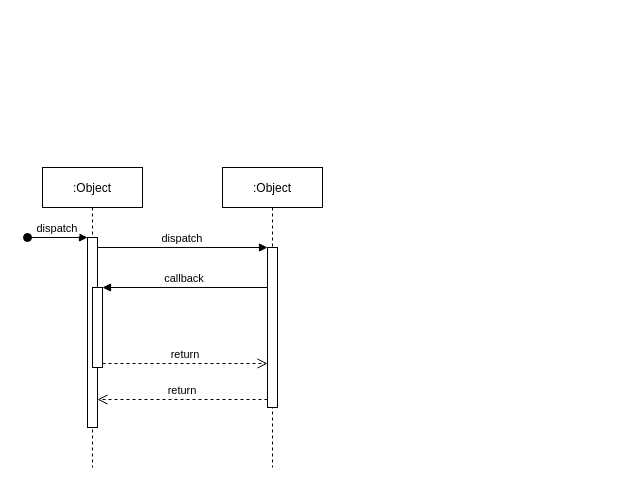
This is SequenceDiagram.drawio from DiggsPapu/Proyect1_Lisp_Interpreter, a draw.io file, before an edit. Source tidied: cells renumbered, new cells numbered last; positions are measured from the earlier drawing's top-left corner, leaving out a move shared by most shapes. Both pictures are drawn from the tidied source at 100%, with x=0, y=0 at pixel (27, 167).
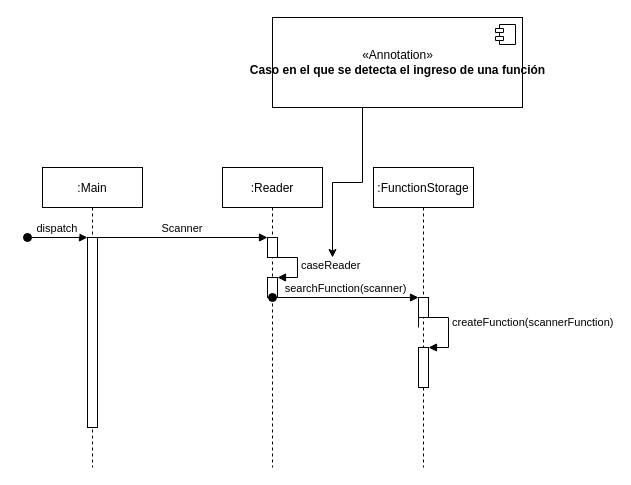
The same page after the edit.

The change refers to these unchanged cells:
```xml
<mxCell id="3" style="points=[];perimeter=orthogonalPerimeter;rounded=0;shadow=0;strokeWidth=1;" parent="2" vertex="1">
  <mxGeometry x="45" y="70" width="10" height="190" as="geometry" />
</mxCell>
```

The edit, as a diff of the source:
```diff
@@
-    <mxCell id="2" value=":Object" style="shape=umlLifeline;perimeter=lifelinePerimeter;rounded=0;shadow=0;strokeWidth=1;" parent="1" vertex="1">
+    <mxCell id="2" value=":Main" style="shape=umlLifeline;perimeter=lifelinePerimeter;rounded=0;shadow=0;strokeWidth=1;" parent="1" vertex="1">
       <mxGeometry x="15" width="100" height="300" as="geometry" />
     </mxCell>
@@
-    <mxCell id="5" style="points=[];perimeter=orthogonalPerimeter;rounded=0;shadow=0;strokeWidth=1;" parent="2" vertex="1">
-      <mxGeometry x="50" y="120" width="10" height="80" as="geometry" />
-    </mxCell>
-    <mxCell id="6" value=":Object" style="shape=umlLifeline;perimeter=lifelinePerimeter;rounded=0;shadow=0;strokeWidth=1;" parent="1" vertex="1">
+    <mxCell id="6" value=":Reader" style="shape=umlLifeline;perimeter=lifelinePerimeter;rounded=0;shadow=0;strokeWidth=1;" parent="1" vertex="1">
       <mxGeometry x="195" width="100" height="300" as="geometry" />
     </mxCell>
     <mxCell id="7" style="points=[];perimeter=orthogonalPerimeter;rounded=0;shadow=0;strokeWidth=1;" parent="6" vertex="1">
-      <mxGeometry x="45" y="80" width="10" height="160" as="geometry" />
+      <mxGeometry x="45" y="70" width="10" height="20" as="geometry" />
     </mxCell>
-    <mxCell id="8" value="return" style="verticalAlign=bottom;endArrow=open;dashed=1;endSize=8;exitX=0;exitY=0.95;shadow=0;strokeWidth=1;" parent="1" edge="1" source="7" target="3">
-      <mxGeometry relative="1" as="geometry" />
-    </mxCell>
+    <mxCell id="12" style="html=1;points=[];perimeter=orthogonalPerimeter;" parent="6" vertex="1">
+      <mxGeometry x="45" y="110" width="10" height="20" as="geometry" />
+    </mxCell>
+    <mxCell id="13" value="caseReader" style="edgeStyle=orthogonalEdgeStyle;html=1;align=left;spacingLeft=2;endArrow=block;rounded=0;entryX=1;entryY=0;" parent="6" edge="1" target="12">
+      <mxGeometry relative="1" as="geometry">
+        <mxPoint x="50" y="90" as="sourcePoint" />
+        <Array as="points">
+          <mxPoint x="75" y="90" />
+          <mxPoint x="75" y="110" />
+        </Array>
+      </mxGeometry>
+    </mxCell>
-    <mxCell id="9" value="dispatch" style="verticalAlign=bottom;endArrow=block;entryX=0;entryY=0;shadow=0;strokeWidth=1;" parent="1" edge="1" source="3" target="7">
+    <mxCell id="9" value="Scanner" style="verticalAlign=bottom;endArrow=block;entryX=0;entryY=0;shadow=0;strokeWidth=1;" parent="1" edge="1" source="3" target="7">
       <mxGeometry relative="1" as="geometry" />
     </mxCell>
-    <mxCell id="10" value="callback" style="verticalAlign=bottom;endArrow=block;entryX=1;entryY=0;shadow=0;strokeWidth=1;" parent="1" edge="1" source="7" target="5">
-      <mxGeometry relative="1" as="geometry" />
-    </mxCell>
-    <mxCell id="11" value="return" style="verticalAlign=bottom;endArrow=open;dashed=1;endSize=8;exitX=1;exitY=0.95;shadow=0;strokeWidth=1;" parent="1" edge="1" source="5" target="7">
-      <mxGeometry relative="1" as="geometry" />
-    </mxCell>
+    <mxCell id="14" value=":FunctionStorage" style="shape=umlLifeline;perimeter=lifelinePerimeter;rounded=0;shadow=0;strokeWidth=1;" parent="1" vertex="1">
+      <mxGeometry x="346" width="100" height="300" as="geometry" />
+    </mxCell>
+    <mxCell id="15" style="html=1;points=[];perimeter=orthogonalPerimeter;" parent="14" vertex="1">
+      <mxGeometry x="45" y="130" width="10" height="20" as="geometry" />
+    </mxCell>
+    <mxCell id="16" style="html=1;points=[];perimeter=orthogonalPerimeter;" parent="14" vertex="1">
+      <mxGeometry x="45" y="180" width="10" height="40" as="geometry" />
+    </mxCell>
+    <mxCell id="17" value="createFunction(scannerFunction)" style="edgeStyle=orthogonalEdgeStyle;html=1;align=left;spacingLeft=2;endArrow=block;rounded=0;entryX=1;entryY=0;" parent="14" edge="1" target="16">
+      <mxGeometry relative="1" as="geometry">
+        <mxPoint x="45" y="160" as="sourcePoint" />
+        <Array as="points">
+          <mxPoint x="45" y="150" />
+          <mxPoint x="75" y="150" />
+          <mxPoint x="75" y="180" />
+        </Array>
+      </mxGeometry>
+    </mxCell>
+    <mxCell id="18" value="searchFunction(scanner)" style="html=1;verticalAlign=bottom;startArrow=oval;endArrow=block;startSize=8;rounded=0;" parent="1" edge="1" target="15">
+      <mxGeometry relative="1" as="geometry">
+        <mxPoint x="245" y="130" as="sourcePoint" />
+      </mxGeometry>
+    </mxCell>
+    <mxCell id="19" style="edgeStyle=orthogonalEdgeStyle;rounded=0;jettySize=auto;html=1;" parent="1" edge="1" source="20">
+      <mxGeometry relative="1" as="geometry">
+        <mxPoint x="305" y="90" as="targetPoint" />
+        <Array as="points">
+          <mxPoint x="335" y="15" />
+          <mxPoint x="305" y="15" />
+        </Array>
+      </mxGeometry>
+    </mxCell>
+    <mxCell id="20" value="«Annotation»&lt;br&gt;&lt;b&gt;Caso en el que se detecta el ingreso de una función&lt;/b&gt;" style="html=1;" parent="1" vertex="1">
+      <mxGeometry x="245" y="-150" width="250" height="90" as="geometry" />
+    </mxCell>
+    <mxCell id="21" style="shape=module;jettyWidth=8;jettyHeight=4;" parent="20" vertex="1">
+      <mxGeometry x="1" width="20" height="20" relative="1" as="geometry">
+        <mxPoint x="-27" y="7" as="offset" />
+      </mxGeometry>
+    </mxCell>
```
